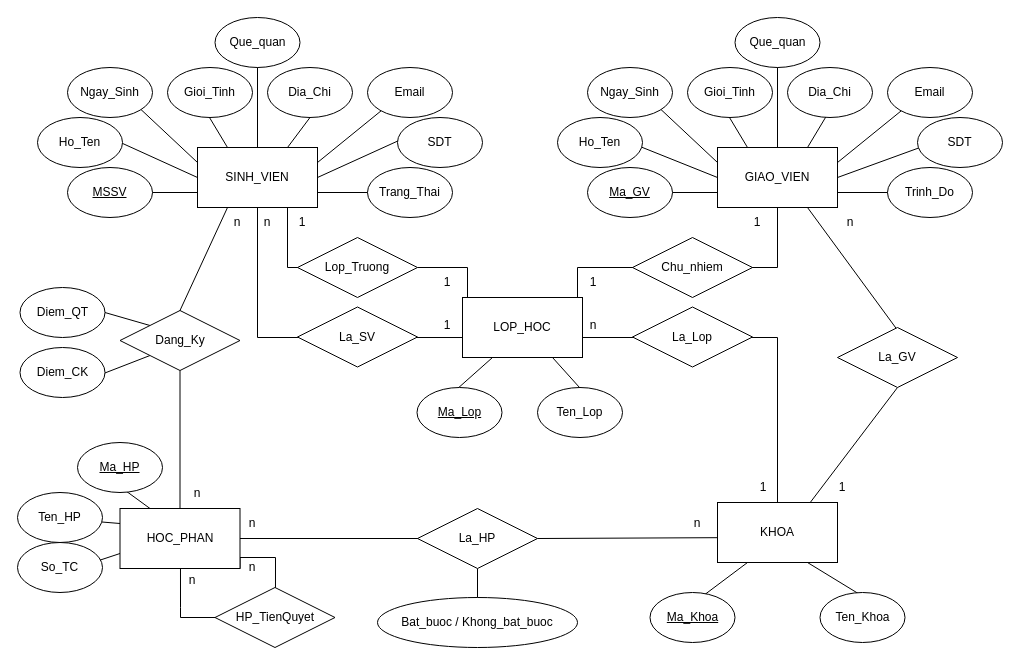
This is Untitled Diagram.drawio from JosephD0310/Database, a draw.io file, before an edit. Source tidied: cells renumbered, new cells numbered last; positions are measured from the earlier drawing's top-left corner, leaving out a move shared by most shapes. Both pictures are drawn from the tidied source at 100%, with x=0, y=0 at pixel (17, 17).
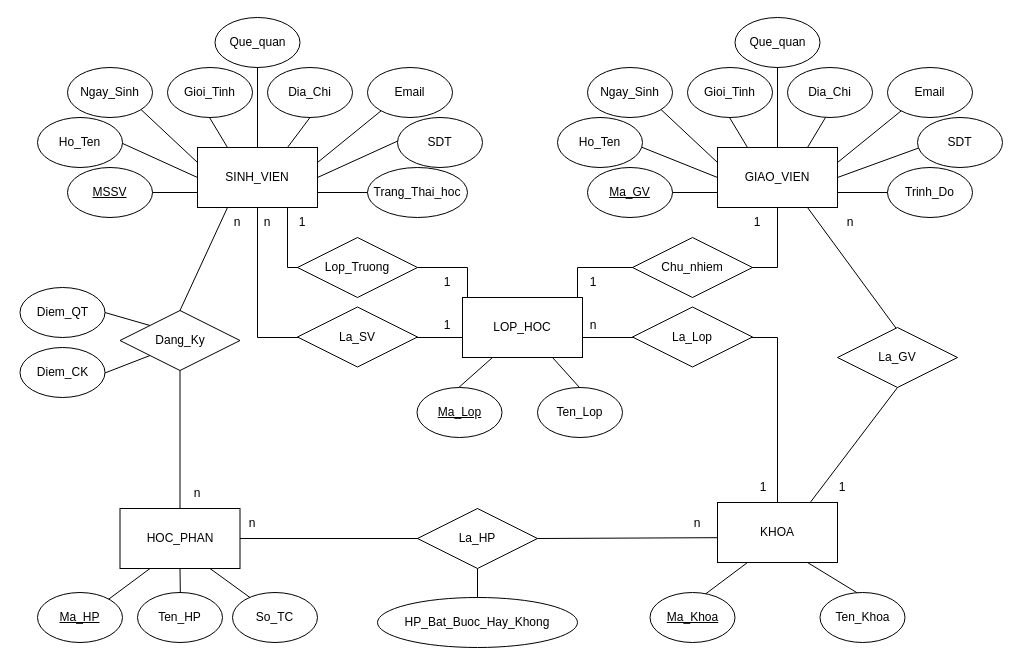
The same page after the edit.

The change refers to these unchanged cells:
```xml
<mxCell id="76" value="HOC_PHAN" style="rounded=0;whiteSpace=wrap;html=1;" parent="1" vertex="1">
  <mxGeometry x="102.5" y="491" width="120" height="60" as="geometry" />
</mxCell>
<mxCell id="85" value="La_HP" style="rhombus;whiteSpace=wrap;html=1;" parent="1" vertex="1">
  <mxGeometry x="400" y="491" width="120" height="60" as="geometry" />
</mxCell>
```

Diff of the diagram source:
```diff
@@
-    <mxCell id="2" style="edgeStyle=orthogonalEdgeStyle;rounded=0;jettySize=auto;html=1;exitX=0;exitY=0.5;exitDx=0;exitDy=0;entryX=0.504;entryY=0.15;entryDx=0;entryDy=0;entryPerimeter=0;" parent="1" edge="1" source="97" target="76">
-      <mxGeometry relative="1" as="geometry">
-        <Array as="points">
-          <mxPoint x="163" y="590" />
-          <mxPoint x="163" y="590" />
-        </Array>
-      </mxGeometry>
-    </mxCell>
+    <mxCell id="72" style="edgeStyle=orthogonalEdgeStyle;rounded=0;jettySize=auto;html=1;exitX=0.5;exitY=1;exitDx=0;exitDy=0;entryX=0.506;entryY=0.3;entryDx=0;entryDy=0;entryPerimeter=0;" parent="1" edge="1" source="76" target="78">
+      <mxGeometry relative="1" as="geometry" />
+    </mxCell>
@@
-    <mxCell id="35" value="Trang_Thai" style="ellipse;whiteSpace=wrap;html=1;" parent="1" vertex="1">
-      <mxGeometry x="350" y="150" width="85" height="50" as="geometry" />
+    <mxCell id="35" value="Trang_Thai_hoc" style="ellipse;whiteSpace=wrap;html=1;" parent="1" vertex="1">
+      <mxGeometry x="350" y="150" width="100" height="50" as="geometry" />
     </mxCell>
@@
+    <mxCell id="74" style="rounded=0;jettySize=auto;html=1;exitX=1;exitY=0.5;exitDx=0;exitDy=0;entryX=1;entryY=0.5;entryDx=0;entryDy=0;" parent="1" edge="1" source="76" target="85">
+      <mxGeometry relative="1" as="geometry" />
+    </mxCell>
-    <mxCell id="71" style="edgeStyle=none;rounded=0;jettySize=auto;html=1;exitX=0.25;exitY=0;exitDx=0;exitDy=0;entryX=0.353;entryY=0.7;entryDx=0;entryDy=0;entryPerimeter=0;" parent="1" edge="1" source="76" target="77">
+    <mxCell id="71" style="edgeStyle=none;rounded=0;jettySize=auto;html=1;exitX=0.25;exitY=1;exitDx=0;exitDy=0;entryX=0.706;entryY=0.3;entryDx=0;entryDy=0;entryPerimeter=0;" parent="1" edge="1" source="76" target="77">
       <mxGeometry relative="1" as="geometry" />
     </mxCell>
-    <mxCell id="72" style="edgeStyle=none;rounded=0;jettySize=auto;html=1;exitX=0;exitY=0.25;exitDx=0;exitDy=0;entryX=0.353;entryY=0.5;entryDx=0;entryDy=0;entryPerimeter=0;" parent="1" edge="1" source="76" target="78">
-      <mxGeometry relative="1" as="geometry" />
-    </mxCell>
-    <mxCell id="73" style="edgeStyle=none;rounded=0;jettySize=auto;html=1;exitX=0;exitY=0.75;exitDx=0;exitDy=0;entryX=0.353;entryY=0.7;entryDx=0;entryDy=0;entryPerimeter=0;" parent="1" edge="1" source="76" target="79">
+    <mxCell id="73" style="edgeStyle=none;rounded=0;jettySize=auto;html=1;exitX=0.75;exitY=1;exitDx=0;exitDy=0;entryX=0.529;entryY=0.5;entryDx=0;entryDy=0;entryPerimeter=0;" parent="1" edge="1" source="76" target="79">
       <mxGeometry relative="1" as="geometry" />
     </mxCell>
-    <mxCell id="74" style="rounded=0;jettySize=auto;html=1;exitX=1;exitY=0.5;exitDx=0;exitDy=0;entryX=1;entryY=0.5;entryDx=0;entryDy=0;" parent="1" edge="1" source="76" target="85">
-      <mxGeometry relative="1" as="geometry" />
-    </mxCell>
-    <mxCell id="75" style="edgeStyle=orthogonalEdgeStyle;rounded=0;jettySize=auto;html=1;exitX=1;exitY=1;exitDx=0;exitDy=0;entryX=0.504;entryY=0.333;entryDx=0;entryDy=0;entryPerimeter=0;" parent="1" edge="1" source="76" target="97">
-      <mxGeometry relative="1" as="geometry">
-        <Array as="points">
-          <mxPoint x="223" y="540" />
-          <mxPoint x="258" y="540" />
-        </Array>
-      </mxGeometry>
-    </mxCell>
@@
     <mxCell id="77" value="&lt;u&gt;Ma_HP&lt;/u&gt;" style="ellipse;whiteSpace=wrap;html=1;" parent="1" vertex="1">
-      <mxGeometry x="60" y="425" width="85" height="50" as="geometry" />
+      <mxGeometry x="20" y="575" width="85" height="50" as="geometry" />
     </mxCell>
     <mxCell id="78" value="Ten_HP" style="ellipse;whiteSpace=wrap;html=1;" parent="1" vertex="1">
-      <mxGeometry y="475" width="85" height="50" as="geometry" />
+      <mxGeometry x="120" y="575" width="85" height="50" as="geometry" />
     </mxCell>
     <mxCell id="79" value="So_TC" style="ellipse;whiteSpace=wrap;html=1;" parent="1" vertex="1">
-      <mxGeometry y="525" width="85" height="50" as="geometry" />
+      <mxGeometry x="215" y="575" width="85" height="50" as="geometry" />
     </mxCell>
@@
-    <mxCell id="96" value="Bat_buoc / Khong_bat_buoc" style="ellipse;whiteSpace=wrap;html=1;" parent="1" vertex="1">
+    <mxCell id="96" value="HP_Bat_Buoc_Hay_Khong" style="ellipse;whiteSpace=wrap;html=1;" parent="1" vertex="1">
       <mxGeometry x="360" y="580" width="200" height="50" as="geometry" />
     </mxCell>
-    <mxCell id="97" value="HP_TienQuyet" style="rhombus;whiteSpace=wrap;html=1;" parent="1" vertex="1">
-      <mxGeometry x="197.5" y="570" width="120" height="60" as="geometry" />
-    </mxCell>
-    <mxCell id="98" value="n" style="text;html=1;strokeColor=none;fillColor=none;align=center;verticalAlign=middle;whiteSpace=wrap;rounded=0;" parent="1" vertex="1">
-      <mxGeometry x="205" y="535" width="60" height="30" as="geometry" />
-    </mxCell>
-    <mxCell id="99" value="n" style="text;html=1;strokeColor=none;fillColor=none;align=center;verticalAlign=middle;whiteSpace=wrap;rounded=0;" parent="1" vertex="1">
-      <mxGeometry x="145" y="548" width="60" height="30" as="geometry" />
-    </mxCell>
```
